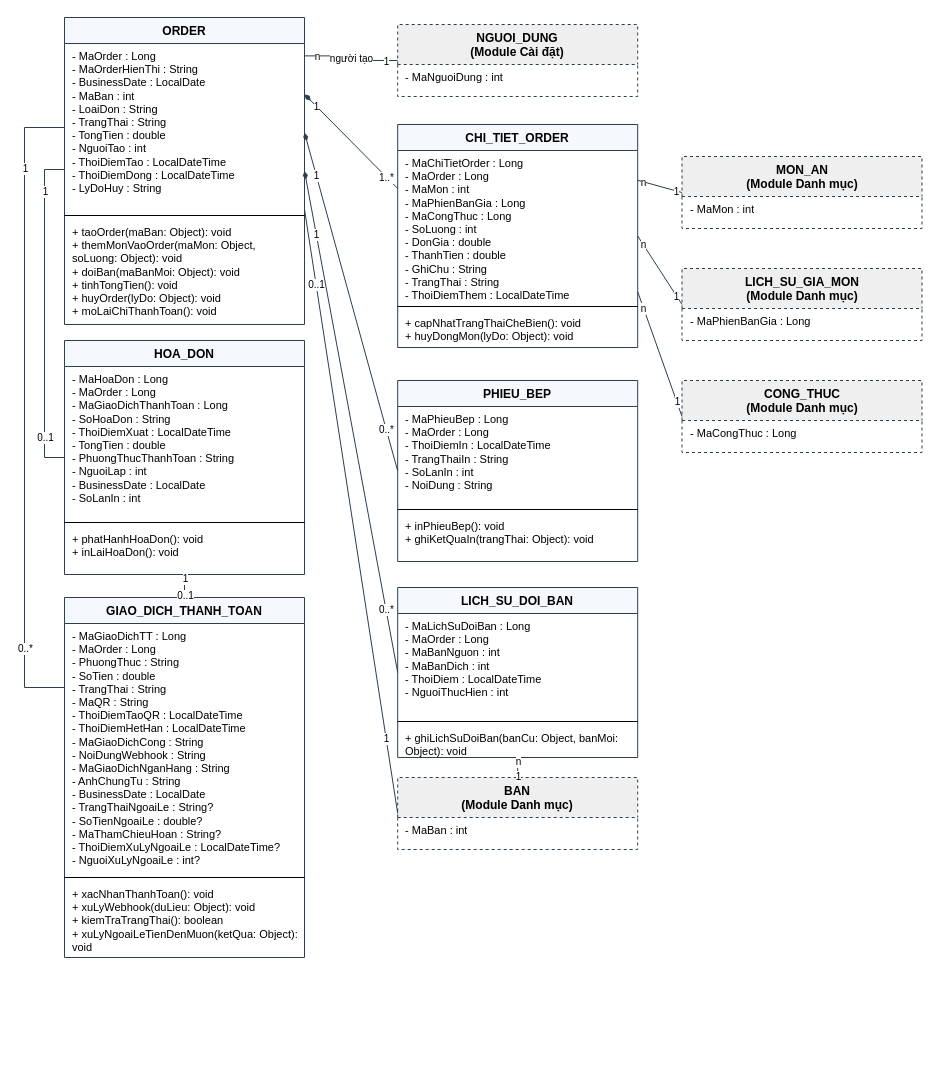
Earlier version of the draw.io diagram page "Quan ly ban hang" (3 of 5) of docs/ClassDiagram_HeThongQuanLyNhaHang.drawio (nminhzzz/restaurant-management-ai). Source tidied: cells renumbered, new cells numbered last; positions are measured from the earlier drawing's top-left corner, leaving out a move shared by most shapes. Both pictures are drawn from the tidied source at 100%, with x=0, y=0 at pixel (24, 17).
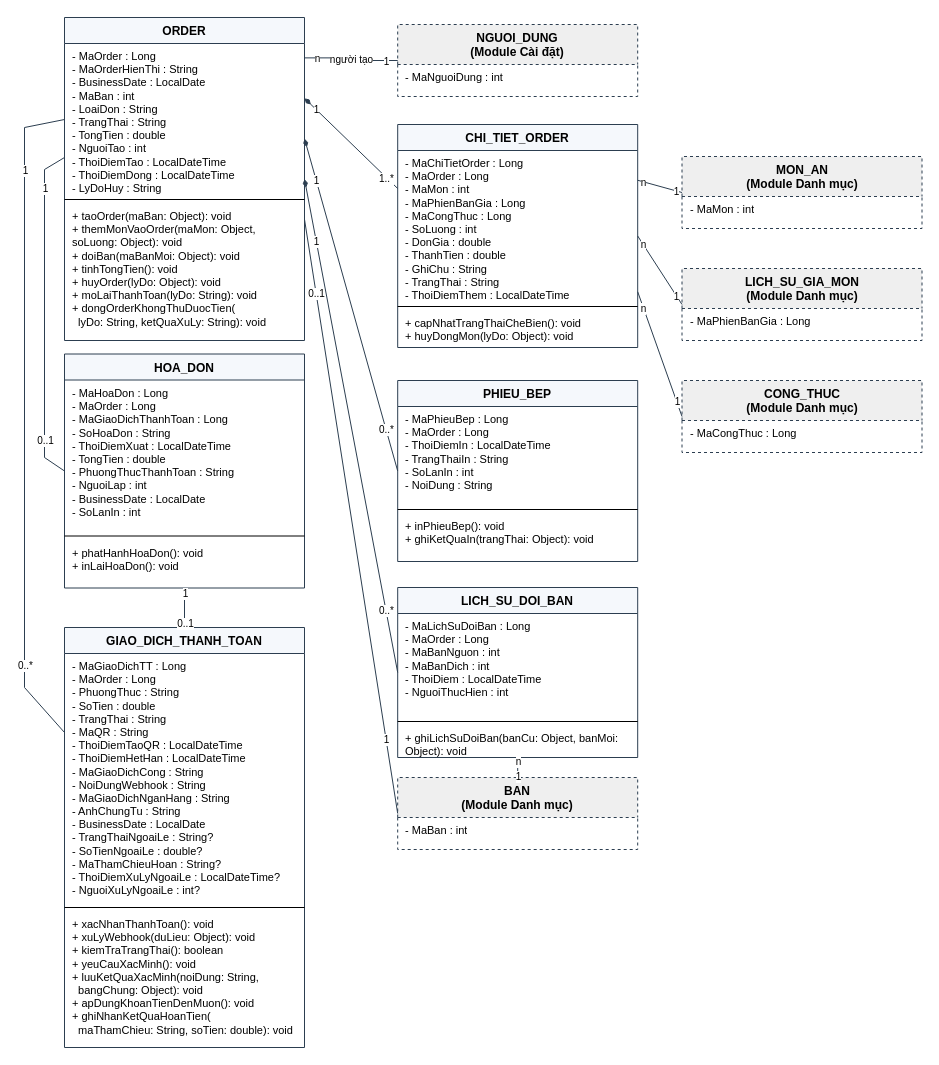
Above is the later version.

What changed in the source:
```diff
@@
     <mxCell id="8" value="ORDER" style="swimlane;fontStyle=1;align=center;verticalAlign=top;horizontal=1;startSize=26;whiteSpace=wrap;html=1;fillColor=#F5F8FC;strokeColor=#2C3E50;dashed=0;fontSize=12;" parent="1" vertex="1">
-      <mxGeometry x="40" width="240" height="307" as="geometry" />
+      <mxGeometry x="40" width="240" height="323" as="geometry" />
     </mxCell>
     <mxCell id="9" value="- MaOrder : Long&lt;br&gt;- MaOrderHienThi : String&lt;br&gt;- BusinessDate : LocalDate&lt;br&gt;- MaBan : int&lt;br&gt;- LoaiDon : String&lt;br&gt;- TrangThai : String&lt;br&gt;- TongTien : double&lt;br&gt;- NguoiTao : int&lt;br&gt;- ThoiDiemTao : LocalDateTime&lt;br&gt;- ThoiDiemDong : LocalDateTime&lt;br&gt;- LyDoHuy : String" style="text;align=left;verticalAlign=top;spacingLeft=6;spacingRight=4;overflow=hidden;whiteSpace=wrap;html=1;fontSize=11;" parent="8" vertex="1">
-      <mxGeometry y="26" width="240" height="168" as="geometry" />
+      <mxGeometry y="26" width="240" height="152" as="geometry" />
     </mxCell>
     <mxCell id="10" style="line;strokeWidth=1;fillColor=none;align=left;verticalAlign=middle;spacingTop=-1;spacingLeft=3;spacingRight=3;html=1;" parent="8" vertex="1">
-      <mxGeometry y="194" width="240" height="8" as="geometry" />
+      <mxGeometry y="178" width="240" height="8" as="geometry" />
     </mxCell>
-    <mxCell id="11" value="+ taoOrder(maBan: Object): void&lt;br&gt;+ themMonVaoOrder(maMon: Object, soLuong: Object): void&lt;br&gt;+ doiBan(maBanMoi: Object): void&lt;br&gt;+ tinhTongTien(): void&lt;br&gt;+ huyOrder(lyDo: Object): void&lt;br&gt;+ moLaiChiThanhToan(): void" style="text;align=left;verticalAlign=top;spacingLeft=6;spacingRight=4;overflow=hidden;whiteSpace=wrap;html=1;fontSize=11;" parent="8" vertex="1">
-      <mxGeometry y="202" width="240" height="104" as="geometry" />
+    <mxCell id="11" value="+ taoOrder(maBan: Object): void&lt;br&gt;+ themMonVaoOrder(maMon: Object, soLuong: Object): void&lt;br&gt;+ doiBan(maBanMoi: Object): void&lt;br&gt;+ tinhTongTien(): void&lt;br&gt;+ huyOrder(lyDo: Object): void&lt;br&gt;+ moLaiThanhToan(lyDo: String): void&lt;br&gt;+ dongOrderKhongThuDuocTien(&lt;br&gt;&amp;nbsp;&amp;nbsp;lyDo: String, ketQuaXuLy: String): void" style="text;align=left;verticalAlign=top;spacingLeft=6;spacingRight=4;overflow=hidden;whiteSpace=wrap;html=1;fontSize=11;" parent="8" vertex="1">
+      <mxGeometry y="186" width="240" height="128" as="geometry" />
     </mxCell>
@@
     <mxCell id="20" value="HOA_DON" style="swimlane;fontStyle=1;align=center;verticalAlign=top;horizontal=1;startSize=26;whiteSpace=wrap;html=1;fillColor=#F5F8FC;strokeColor=#2C3E50;dashed=0;fontSize=12;" parent="1" vertex="1">
-      <mxGeometry x="40" y="323" width="240" height="234" as="geometry" />
+      <mxGeometry x="40" y="336.5" width="240" height="234" as="geometry" />
     </mxCell>
@@
     <mxCell id="24" value="GIAO_DICH_THANH_TOAN" style="swimlane;fontStyle=1;align=center;verticalAlign=top;horizontal=1;startSize=26;whiteSpace=wrap;html=1;fillColor=#F5F8FC;strokeColor=#2C3E50;dashed=0;fontSize=12;" parent="1" vertex="1">
-      <mxGeometry x="40" y="580" width="240" height="360" as="geometry" />
+      <mxGeometry x="40" y="610" width="240" height="420" as="geometry" />
     </mxCell>
@@
-    <mxCell id="27" value="+ xacNhanThanhToan(): void&lt;br&gt;+ xuLyWebhook(duLieu: Object): void&lt;br&gt;+ kiemTraTrangThai(): boolean&lt;br&gt;+ xuLyNgoaiLeTienDenMuon(ketQua: Object): void" style="text;align=left;verticalAlign=top;spacingLeft=6;spacingRight=4;overflow=hidden;whiteSpace=wrap;html=1;fontSize=11;" parent="24" vertex="1">
-      <mxGeometry y="284" width="240" height="86" as="geometry" />
+    <mxCell id="27" value="+ xacNhanThanhToan(): void&lt;br&gt;+ xuLyWebhook(duLieu: Object): void&lt;br&gt;+ kiemTraTrangThai(): boolean&lt;br&gt;+ yeuCauXacMinh(): void&lt;br&gt;+ luuKetQuaXacMinh(noiDung: String,&lt;br&gt;&amp;nbsp;&amp;nbsp;bangChung: Object): void&lt;br&gt;+ apDungKhoanTienDenMuon(): void&lt;br&gt;+ ghiNhanKetQuaHoanTien(&lt;br&gt;&amp;nbsp;&amp;nbsp;maThamChieu: String, soTien: double): void" style="text;align=left;verticalAlign=top;spacingLeft=6;spacingRight=4;overflow=hidden;whiteSpace=wrap;html=1;fontSize=11;" parent="24" vertex="1">
+      <mxGeometry y="284" width="240" height="128" as="geometry" />
     </mxCell>
```
